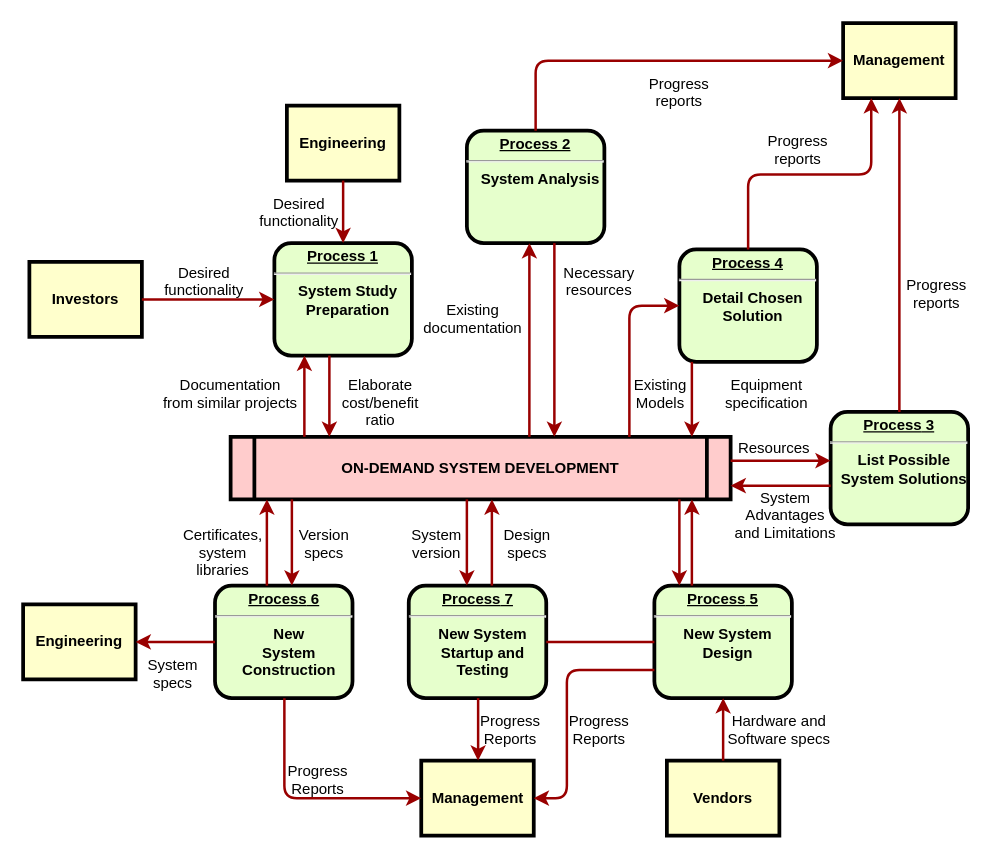
The draw.io diagram 未命名绘图.drawio in BruceChengY/hello-world, before the edit. Source tidied: cells renumbered, new cells numbered last; positions are measured from the earlier drawing's top-left corner, leaving out a move shared by most shapes. Both pictures are drawn from the tidied source at 125%, with x=0, y=0 at pixel (22, 22).
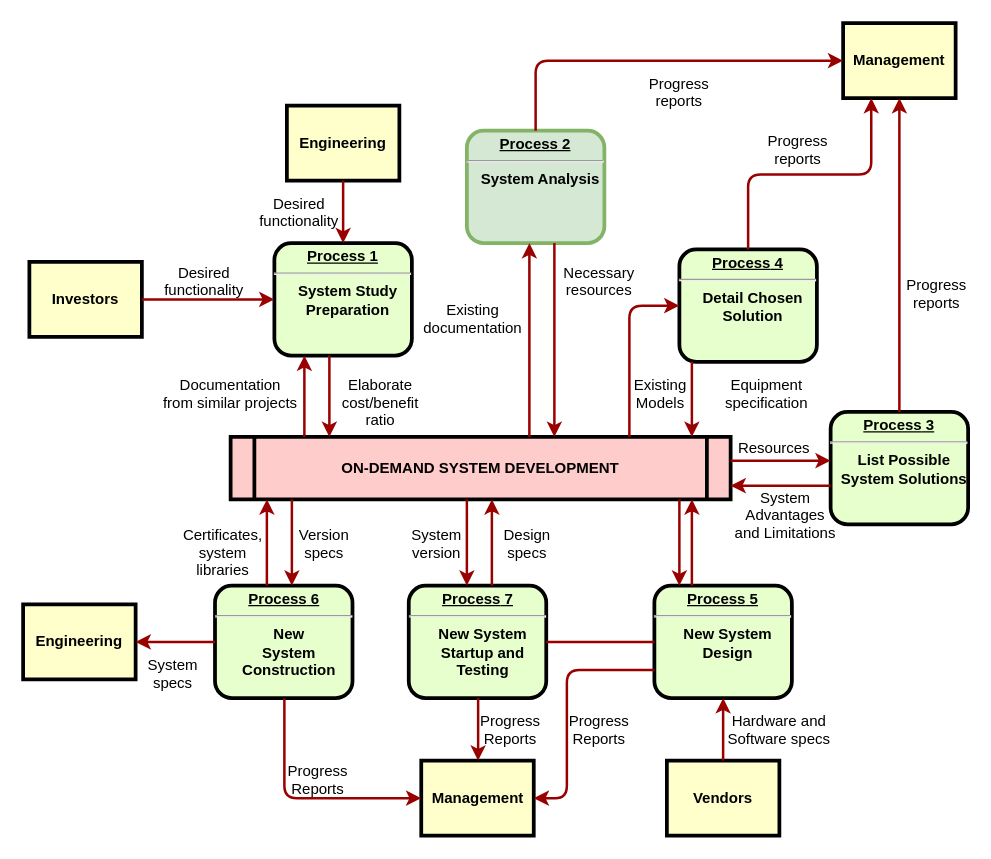
The same page after the edit.

Unchanged cells that the change refers to:
```xml
<mxCell id="5" value="ON-DEMAND SYSTEM DEVELOPMENT" style="shape=process;whiteSpace=wrap;align=center;verticalAlign=middle;size=0.0475;fontStyle=1;strokeWidth=3;fillColor=#FFCCCC;" parent="1" vertex="1">
  <mxGeometry x="166" y="331" width="400" height="50" as="geometry" />
</mxCell>
```

Change to the diagram source:
```diff
@@
-    <mxCell id="6" value="&lt;p style=&quot;margin: 0px; margin-top: 4px; text-align: center; text-decoration: underline;&quot;&gt;&lt;strong&gt;Process 2&lt;br /&gt;&lt;/strong&gt;&lt;/p&gt;&lt;hr /&gt;&lt;p style=&quot;margin: 0px; margin-left: 8px;&quot;&gt;System Analysis&lt;/p&gt;" style="verticalAlign=middle;align=center;overflow=fill;fontSize=12;fontFamily=Helvetica;html=1;rounded=1;fontStyle=1;strokeWidth=3;fillColor=#E6FFCC;" parent="1" vertex="1">
+    <mxCell id="6" value="&lt;p style=&quot;margin: 0px; margin-top: 4px; text-align: center; text-decoration: underline;&quot;&gt;&lt;strong&gt;Process 2&lt;br /&gt;&lt;/strong&gt;&lt;/p&gt;&lt;hr /&gt;&lt;p style=&quot;margin: 0px; margin-left: 8px;&quot;&gt;System Analysis&lt;/p&gt;" style="verticalAlign=middle;align=center;overflow=fill;fontSize=12;fontFamily=Helvetica;html=1;rounded=1;fontStyle=1;strokeWidth=3;fillColor=#d5e8d4;strokeColor=#82b366;" parent="1" vertex="1">
       <mxGeometry x="355" y="86" width="110" height="90" as="geometry" />
     </mxCell>
@@
     <mxCell id="25" style="edgeStyle=elbowEdgeStyle;elbow=horizontal;strokeColor=#990000;strokeWidth=2;" parent="1" edge="1" source="5" target="6">
       <mxGeometry relative="1" as="geometry">
         <Array as="points">
-          <mxPoint x="405" y="250" />
+          <mxPoint x="405" y="240" />
         </Array>
       </mxGeometry>
     </mxCell>
```
